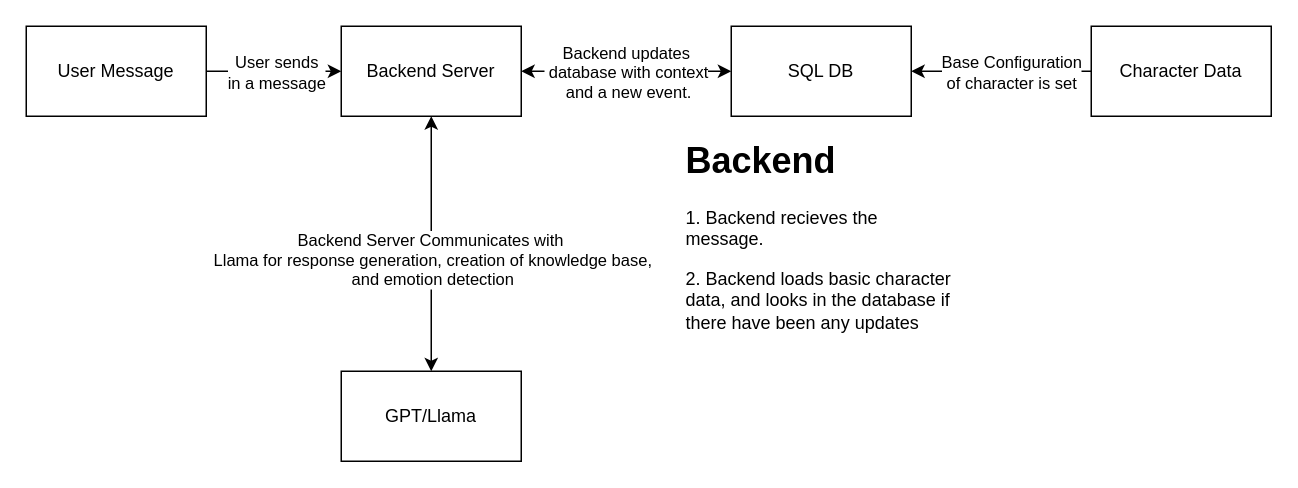
Above: diagrams/design.drawio in mzen17/Character-Neural-Engine (draw.io), before the change. Source tidied: cells renumbered, new cells numbered last; positions are measured from the earlier drawing's top-left corner, leaving out a move shared by most shapes. Both pictures are drawn from the tidied source at 150%, with x=0, y=0 at pixel (26, 26).
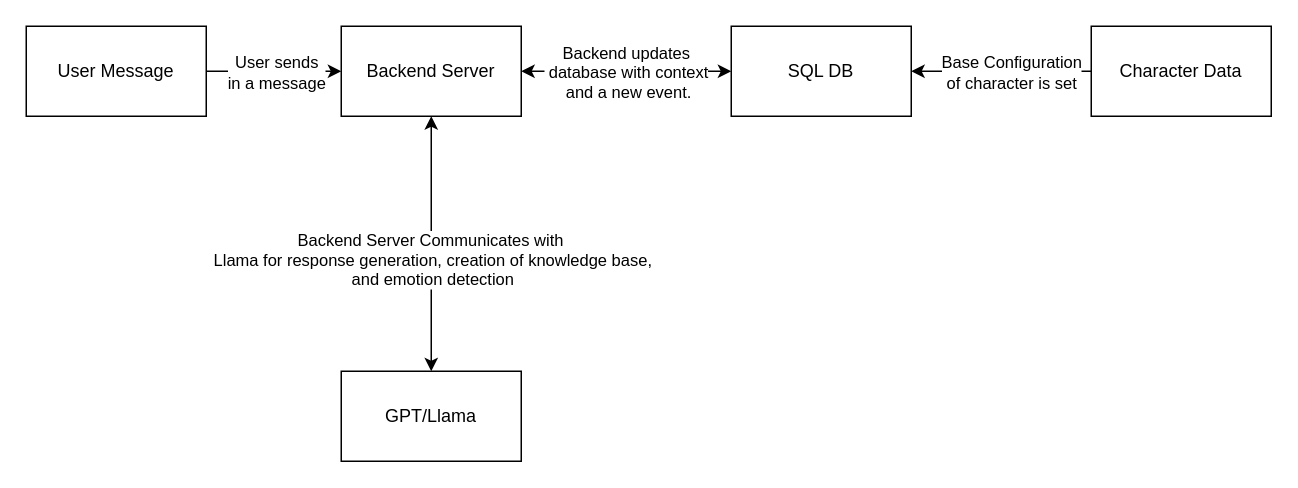
After the change.

Diff of the diagram source:
```diff
@@
 <mxGraphModel>
   <root>
     <mxCell id="0" />
     <mxCell id="1" parent="0" />
     <mxCell id="2" value="Backend Server" style="rounded=0;whiteSpace=wrap;html=1;" parent="1" vertex="1">
       <mxGeometry x="210" width="120" height="60" as="geometry" />
     </mxCell>
     <mxCell id="3" value="SQL DB" style="rounded=0;whiteSpace=wrap;html=1;" parent="1" vertex="1">
       <mxGeometry x="470" width="120" height="60" as="geometry" />
     </mxCell>
     <mxCell id="4" value="GPT/Llama" style="rounded=0;whiteSpace=wrap;html=1;" parent="1" vertex="1">
       <mxGeometry x="210" y="230" width="120" height="60" as="geometry" />
     </mxCell>
     <mxCell id="5" style="edgeStyle=none;html=1;exitX=0;exitY=0.5;exitDx=0;exitDy=0;entryX=1;entryY=0.5;entryDx=0;entryDy=0;" parent="1" edge="1" source="7" target="3">
       <mxGeometry relative="1" as="geometry" />
     </mxCell>
     <mxCell id="6" value="Base Configuration&lt;br&gt;of character&amp;nbsp;is set" style="edgeLabel;html=1;align=center;verticalAlign=middle;" parent="5" vertex="1">
       <mxGeometry x="0.25" y="1" relative="1" as="geometry">
         <mxPoint x="21" y="-1" as="offset" />
       </mxGeometry>
     </mxCell>
     <mxCell id="7" value="Character Data" style="rounded=0;whiteSpace=wrap;html=1;" parent="1" vertex="1">
       <mxGeometry x="710" width="120" height="60" as="geometry" />
     </mxCell>
     <mxCell id="8" style="edgeStyle=none;html=1;exitX=1;exitY=0.5;exitDx=0;exitDy=0;entryX=0;entryY=0.5;entryDx=0;entryDy=0;" parent="1" edge="1" source="10" target="2">
       <mxGeometry relative="1" as="geometry" />
     </mxCell>
     <mxCell id="9" value="User sends &lt;br&gt;in a message" style="edgeLabel;html=1;align=center;verticalAlign=middle;" parent="8" vertex="1">
       <mxGeometry x="-0.22" y="-4" relative="1" as="geometry">
         <mxPoint x="11" y="-4" as="offset" />
       </mxGeometry>
     </mxCell>
     <mxCell id="10" value="User Message" style="rounded=0;whiteSpace=wrap;html=1;" parent="1" vertex="1">
       <mxGeometry width="120" height="60" as="geometry" />
     </mxCell>
     <mxCell id="11" style="endArrow=classic;startArrow=classic;html=1;entryX=0.5;entryY=1;entryDx=0;entryDy=0;exitX=0.5;exitY=0;exitDx=0;exitDy=0;" parent="1" edge="1" source="4" target="2">
       <mxGeometry relative="1" as="geometry" />
     </mxCell>
     <mxCell id="12" value="Backend Server Communicates with&amp;nbsp;&lt;br&gt;Llama for response generation, creation of knowledge base,&lt;br&gt;and emotion detection" style="edgeLabel;html=1;align=center;verticalAlign=middle;" parent="11" vertex="1">
       <mxGeometry x="0.12" relative="1" as="geometry">
         <mxPoint y="20" as="offset" />
       </mxGeometry>
     </mxCell>
     <mxCell id="13" style="endArrow=classic;startArrow=classic;html=1;entryX=0;entryY=0.5;entryDx=0;entryDy=0;" parent="1" edge="1" target="3">
       <mxGeometry relative="1" as="geometry">
         <mxPoint x="330" y="30" as="sourcePoint" />
       </mxGeometry>
     </mxCell>
     <mxCell id="14" value="Backend updates&lt;br&gt;&amp;nbsp;database with context&lt;br&gt;&amp;nbsp;and a new event." style="edgeLabel;html=1;align=center;verticalAlign=middle;" parent="13" vertex="1">
       <mxGeometry x="-0.2" y="1" relative="1" as="geometry">
         <mxPoint x="13" y="1" as="offset" />
       </mxGeometry>
     </mxCell>
-    <mxCell id="15" value="&lt;h1&gt;Backend&lt;/h1&gt;&lt;p&gt;1. Backend recieves the message.&lt;/p&gt;&lt;p&gt;2. Backend loads basic character data, and looks in the database if there have been any updates&lt;/p&gt;" style="text;html=1;strokeColor=none;fillColor=none;spacing=5;spacingTop=-20;whiteSpace=wrap;overflow=hidden;rounded=0;" parent="1" vertex="1">
-      <mxGeometry x="435" y="70" width="190" height="180" as="geometry" />
-    </mxCell>
   </root>
 </mxGraphModel>
```
